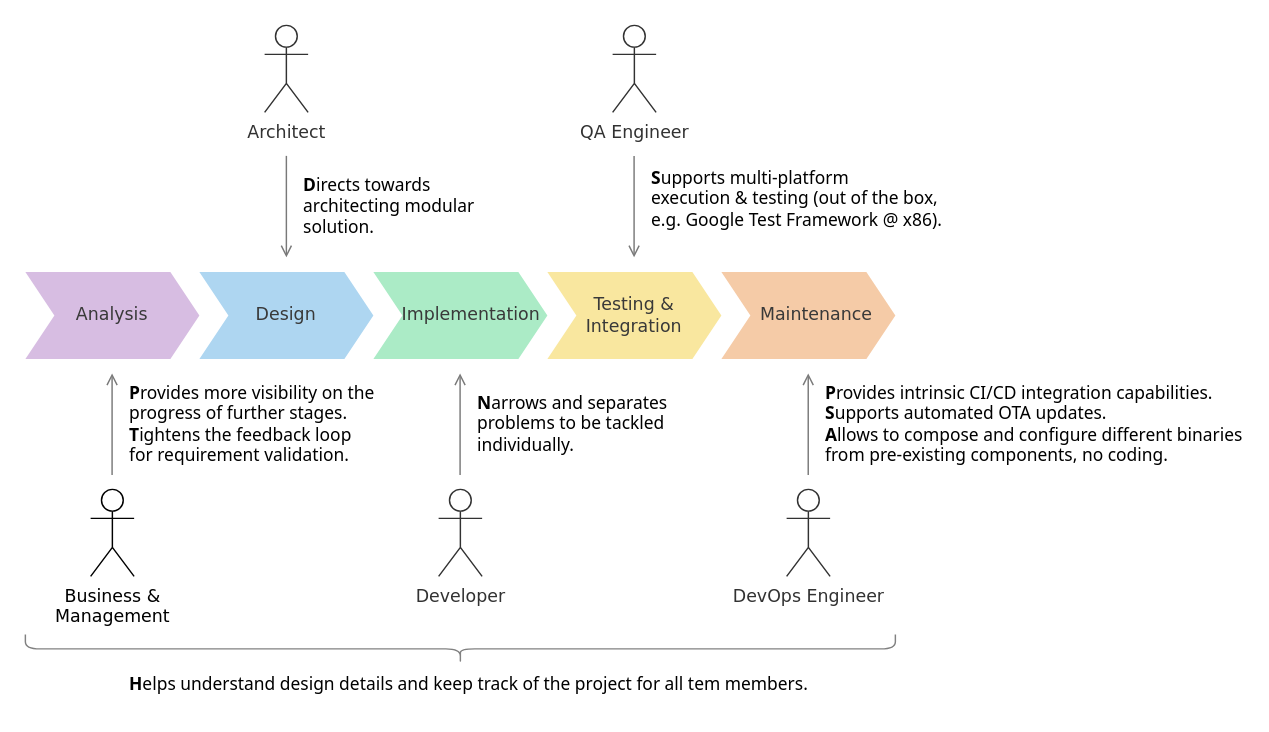
slawomir-niespodziany/diff keeps this draw.io diagram as img/sdlc.drawio. Above is the earlier version. Source tidied: cells renumbered, new cells numbered last; positions are measured from the earlier drawing's top-left corner, leaving out a move shared by most shapes. Both pictures are drawn from the tidied source at 145%, with x=0, y=0 at pixel (25, 25).
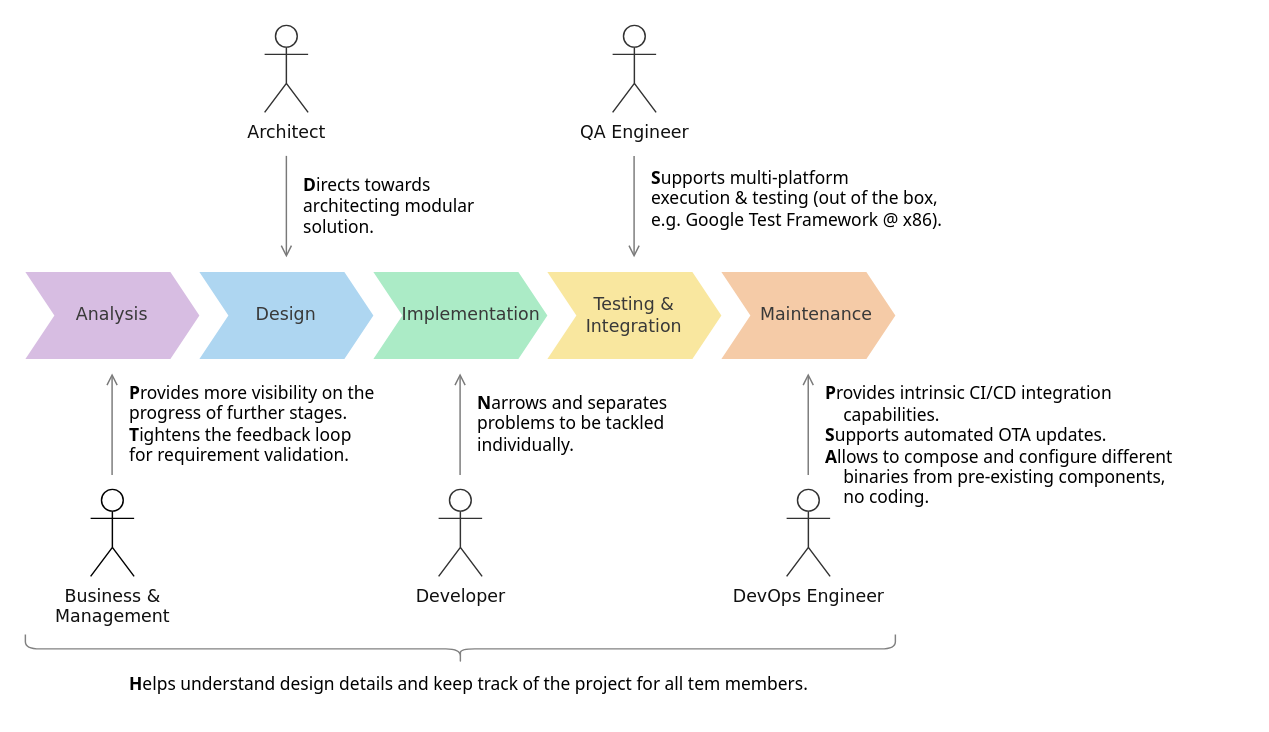
The same diagram, later.

Commit message (it also covers changes not shown here):
SDLC img width.

Diff of the diagram source:
```diff
@@
-<mxGraphModel>
+<mxGraphModel background="#ffffff">
@@
-    <mxCell id="2" value="Architect" style="shape=umlActor;verticalLabelPosition=bottom;verticalAlign=top;html=1;fontColor=#323232;strokeColor=#323232;fontFamily=Verdana;" parent="1" vertex="1">
+    <mxCell id="2" value="Architect" style="shape=umlActor;verticalLabelPosition=bottom;verticalAlign=top;html=1;fontColor=#101010;strokeColor=#323232;fontFamily=Verdana;fillColor=none;" parent="1" vertex="1">
       <mxGeometry x="165" width="30" height="60" as="geometry" />
     </mxCell>
-    <mxCell id="3" value="QA Engineer" style="shape=umlActor;verticalLabelPosition=bottom;verticalAlign=top;html=1;fontColor=#323232;strokeColor=#323232;fontFamily=Verdana;" parent="1" vertex="1">
+    <mxCell id="3" value="QA Engineer" style="shape=umlActor;verticalLabelPosition=bottom;verticalAlign=top;html=1;fontColor=#101010;strokeColor=#323232;fontFamily=Verdana;fillColor=none;" parent="1" vertex="1">
       <mxGeometry x="405" width="30" height="60" as="geometry" />
     </mxCell>
-    <mxCell id="4" value="Business &amp;amp; &lt;br&gt;Management" style="shape=umlActor;verticalLabelPosition=bottom;verticalAlign=top;html=1;fontFamily=Verdana;" parent="1" vertex="1">
+    <mxCell id="4" value="Business &amp;amp; &lt;br&gt;Management" style="shape=umlActor;verticalLabelPosition=bottom;verticalAlign=top;html=1;fontFamily=Verdana;fillColor=none;fontColor=#101010;" parent="1" vertex="1">
       <mxGeometry x="45" y="320" width="30" height="60" as="geometry" />
     </mxCell>
@@
-    <mxCell id="12" value="DevOps Engineer" style="shape=umlActor;verticalLabelPosition=bottom;verticalAlign=top;html=1;fontColor=#323232;strokeColor=#323232;fontFamily=Verdana;" parent="1" vertex="1">
+    <mxCell id="12" value="DevOps Engineer" style="shape=umlActor;verticalLabelPosition=bottom;verticalAlign=top;html=1;fontColor=#101010;strokeColor=#323232;fontFamily=Verdana;fillColor=none;" parent="1" vertex="1">
       <mxGeometry x="525" y="320" width="30" height="60" as="geometry" />
     </mxCell>
-    <mxCell id="13" value="Developer " style="shape=umlActor;verticalLabelPosition=bottom;verticalAlign=top;html=1;fontColor=#323232;strokeColor=#323232;fontFamily=Verdana;" parent="1" vertex="1">
+    <mxCell id="13" value="Developer " style="shape=umlActor;verticalLabelPosition=bottom;verticalAlign=top;html=1;fontColor=#101010;strokeColor=#323232;fontFamily=Verdana;fillColor=none;" parent="1" vertex="1">
       <mxGeometry x="285" y="320" width="30" height="60" as="geometry" />
     </mxCell>
@@
-    <mxCell id="20" value="&lt;div&gt;&lt;font color=&quot;#000000&quot;&gt;&lt;b&gt;P&lt;/b&gt;rovides intrinsic CI/CD integration capabilities.&lt;/font&gt;&lt;/div&gt;&lt;div&gt;&lt;font color=&quot;#000000&quot;&gt;&lt;b&gt;S&lt;/b&gt;upports automated OTA updates.&lt;/font&gt;&lt;/div&gt;&lt;div&gt;&lt;font color=&quot;#000000&quot;&gt;&lt;b&gt;A&lt;/b&gt;llows to compose and configure different binaries&lt;/font&gt;&lt;/div&gt;&lt;div&gt;&lt;font color=&quot;#000000&quot;&gt;from pre-existing components, no coding.&lt;/font&gt;&lt;/div&gt;" style="text;html=1;align=left;verticalAlign=middle;strokeColor=none;fillColor=none;fontFamily=Tahoma;fontStyle=0;" parent="1" vertex="1">
-      <mxGeometry x="550" y="240" width="290" height="70" as="geometry" />
+    <mxCell id="20" value="&lt;div&gt;&lt;font color=&quot;#000000&quot;&gt;&lt;b&gt;P&lt;/b&gt;rovides intrinsic CI/CD integration &lt;br&gt;&amp;nbsp; &amp;nbsp; capabilities.&lt;/font&gt;&lt;/div&gt;&lt;div&gt;&lt;font color=&quot;#000000&quot;&gt;&lt;b&gt;S&lt;/b&gt;upports automated OTA updates.&lt;/font&gt;&lt;/div&gt;&lt;div&gt;&lt;font color=&quot;#000000&quot;&gt;&lt;b&gt;A&lt;/b&gt;llows to compose and configure different &lt;br&gt;&amp;nbsp; &amp;nbsp; binaries&amp;nbsp;&lt;/font&gt;&lt;span style=&quot;background-color: transparent;&quot;&gt;from pre-existing components, &lt;br&gt;&amp;nbsp; &amp;nbsp; no coding.&lt;/span&gt;&lt;/div&gt;" style="text;html=1;align=left;verticalAlign=middle;strokeColor=none;fillColor=none;fontFamily=Tahoma;fontStyle=0;" parent="1" vertex="1">
+      <mxGeometry x="550" y="240" width="250" height="100" as="geometry" />
     </mxCell>
```
